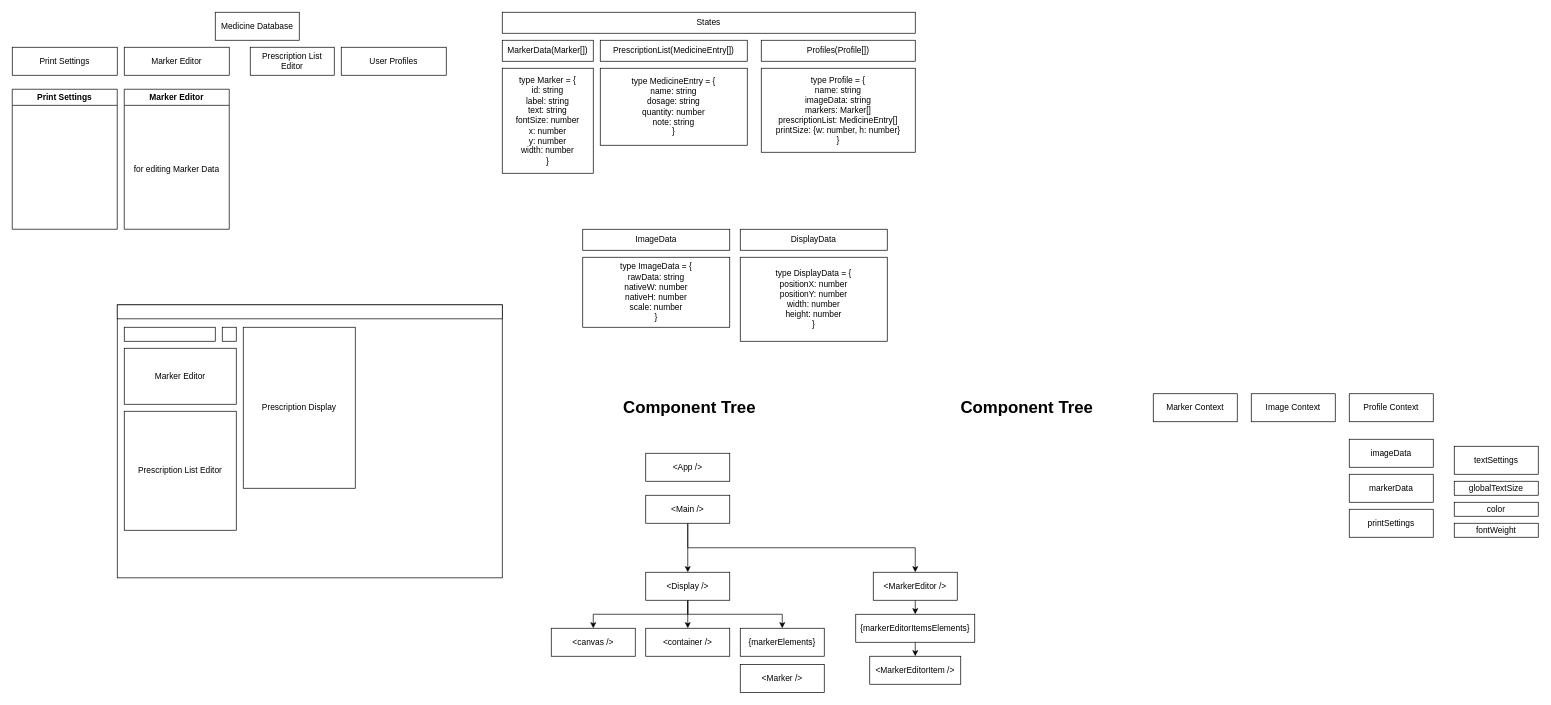
Before: page "Structure" (2 of 6) of flowchart.drawio in jogaleon/prescription-writing-react-ts, a draw.io diagram. Source tidied: cells renumbered, new cells numbered last; positions are measured from the earlier drawing's top-left corner, leaving out a move shared by most shapes. Both pictures are drawn from the tidied source at 70%, with x=0, y=0 at pixel (12, 12).
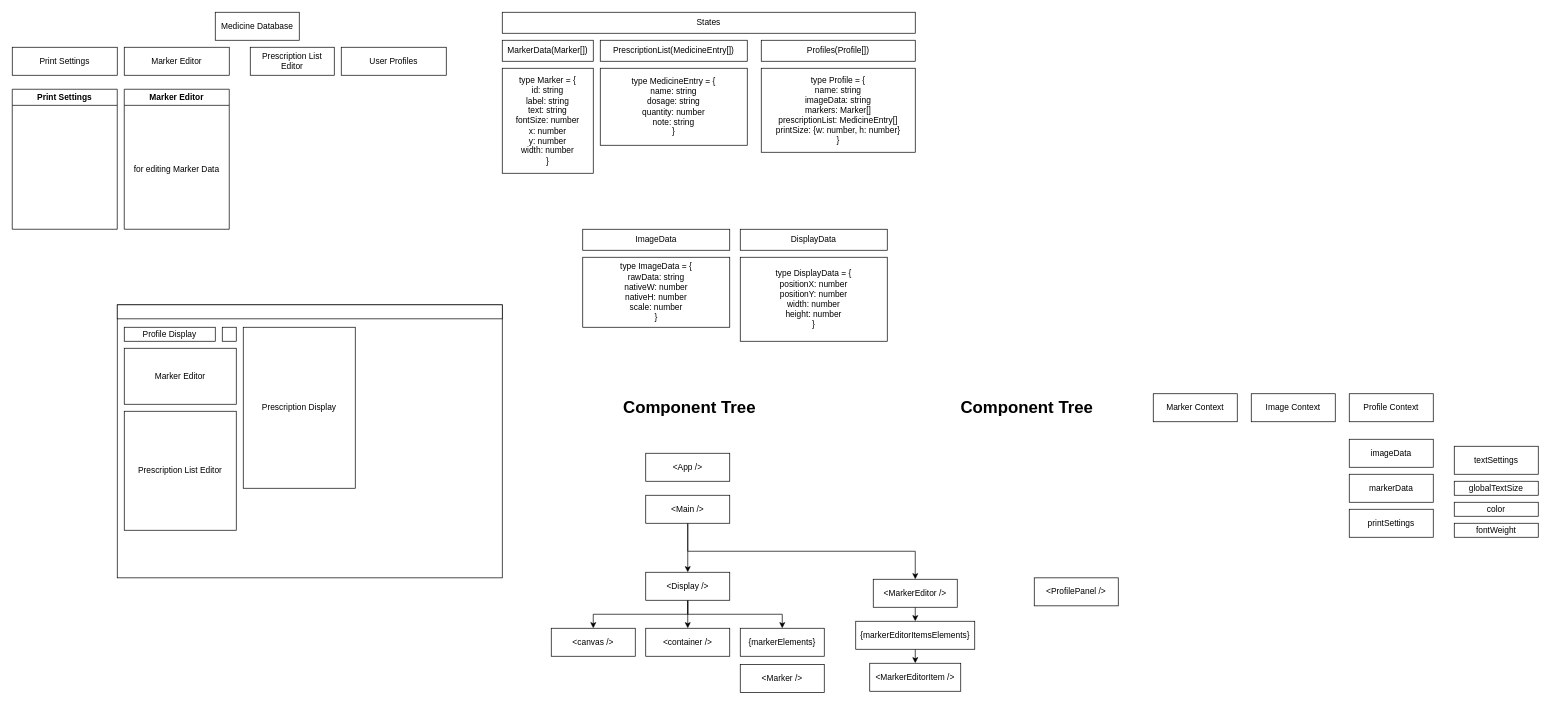
The same page after the edit.

Diff of the diagram source:
```diff
@@
-    <mxCell id="21" style="rounded=0;whiteSpace=wrap;html=1;" parent="1" vertex="1">
+    <mxCell id="21" value="Profile Display" style="rounded=0;whiteSpace=wrap;html=1;" parent="1" vertex="1">
       <mxGeometry x="160" y="450" width="130" height="20" as="geometry" />
     </mxCell>
@@
     <mxCell id="38" value="&amp;lt;MarkerEditor /&amp;gt;" style="rounded=0;whiteSpace=wrap;html=1;" parent="1" vertex="1">
-      <mxGeometry x="1230" y="800" width="120" height="40" as="geometry" />
+      <mxGeometry x="1230" y="810" width="120" height="40" as="geometry" />
     </mxCell>
@@
     <mxCell id="43" value="&amp;lt;MarkerEditorItem /&amp;gt;" style="rounded=0;whiteSpace=wrap;html=1;" parent="1" vertex="1">
-      <mxGeometry x="1225" y="920" width="130" height="40" as="geometry" />
+      <mxGeometry x="1225" y="930" width="130" height="40" as="geometry" />
     </mxCell>
@@
     <mxCell id="45" value="{markerEditorItemsElements}" style="rounded=0;whiteSpace=wrap;html=1;" parent="1" vertex="1">
-      <mxGeometry x="1205" y="860" width="170" height="40" as="geometry" />
+      <mxGeometry x="1205" y="870" width="170" height="40" as="geometry" />
     </mxCell>
@@
+    <mxCell id="57" value="&amp;lt;ProfilePanel /&amp;gt;" style="rounded=0;whiteSpace=wrap;html=1;" parent="1" vertex="1">
+      <mxGeometry x="1460" y="808" width="120" height="40" as="geometry" />
+    </mxCell>
```
